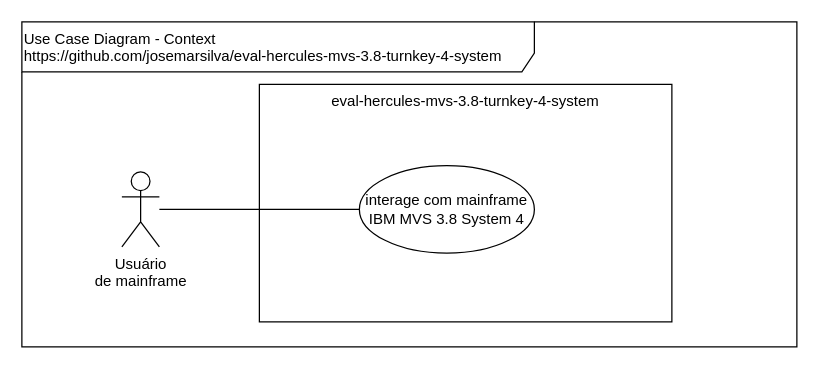
Before: doc/images/UseCaseDiagram-Context.drawio in josemarsilva/eval-hercules-mvs-3.8-turnkey-4-system, a draw.io diagram. Source tidied: cells renumbered, new cells numbered last; positions are measured from the earlier drawing's top-left corner, leaving out a move shared by most shapes. Both pictures are drawn from the tidied source at 125%, with x=0, y=0 at pixel (21, 21).
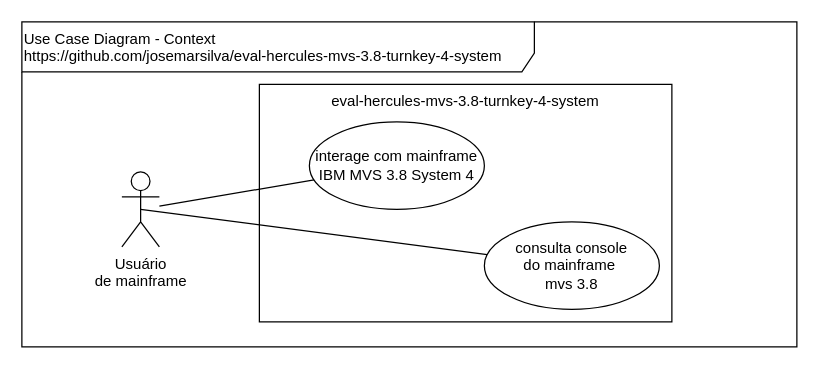
After the change.

Change to the diagram source:
```diff
@@
 <mxGraphModel>
   <root>
     <mxCell id="0" />
     <mxCell id="1" parent="0" />
     <mxCell id="2" value="Use Case Diagram - Context&lt;br&gt;https://github.com/josemarsilva/eval-hercules-mvs-3.8-turnkey-4-system&lt;br&gt;" style="shape=umlFrame;whiteSpace=wrap;html=1;width=410;height=40;verticalAlign=top;align=left;" parent="1" vertex="1">
       <mxGeometry width="620" height="260" as="geometry" />
     </mxCell>
     <mxCell id="3" value="&lt;div style=&quot;text-align: center&quot;&gt;&lt;span&gt;Usuário&lt;/span&gt;&lt;/div&gt;&lt;div style=&quot;text-align: center&quot;&gt;&lt;span&gt;de mainframe&lt;/span&gt;&lt;/div&gt;" style="shape=umlActor;verticalLabelPosition=bottom;labelBackgroundColor=#ffffff;verticalAlign=top;html=1;align=center;" parent="1" vertex="1">
       <mxGeometry x="80" y="120" width="30" height="60" as="geometry" />
     </mxCell>
     <mxCell id="4" value="&lt;div style=&quot;text-align: center&quot;&gt;eval-hercules-mvs-3.8-turnkey-4-system&lt;br&gt;&lt;/div&gt;" style="rounded=0;whiteSpace=wrap;html=1;align=center;verticalAlign=top;" parent="1" vertex="1">
       <mxGeometry x="190" y="50" width="330" height="190" as="geometry" />
     </mxCell>
     <mxCell id="5" value="interage com mainframe&lt;br&gt;IBM MVS 3.8 System 4&lt;br&gt;" style="ellipse;whiteSpace=wrap;html=1;align=center;" parent="1" vertex="1">
-      <mxGeometry x="270" y="115" width="140" height="70" as="geometry" />
+      <mxGeometry x="230" y="80" width="140" height="70" as="geometry" />
     </mxCell>
-    <mxCell id="6" style="edgeStyle=orthogonalEdgeStyle;rounded=0;jettySize=auto;html=1;endArrow=none;endFill=0;" parent="1" edge="1" source="3" target="5">
+    <mxCell id="6" style="rounded=0;jettySize=auto;html=1;endArrow=none;endFill=0;" parent="1" edge="1" source="3" target="5">
       <mxGeometry relative="1" as="geometry" />
     </mxCell>
+    <mxCell id="7" value="consulta console&lt;br&gt;do mainframe&amp;nbsp;&lt;br&gt;mvs 3.8" style="ellipse;whiteSpace=wrap;html=1;align=center;" parent="1" vertex="1">
+      <mxGeometry x="370" y="160" width="140" height="70" as="geometry" />
+    </mxCell>
+    <mxCell id="8" style="rounded=0;jettySize=auto;html=1;endArrow=none;endFill=0;exitX=0.5;exitY=0.5;exitDx=0;exitDy=0;exitPerimeter=0;" parent="1" edge="1" source="3" target="7">
+      <mxGeometry relative="1" as="geometry" />
+    </mxCell>
   </root>
 </mxGraphModel>
```
